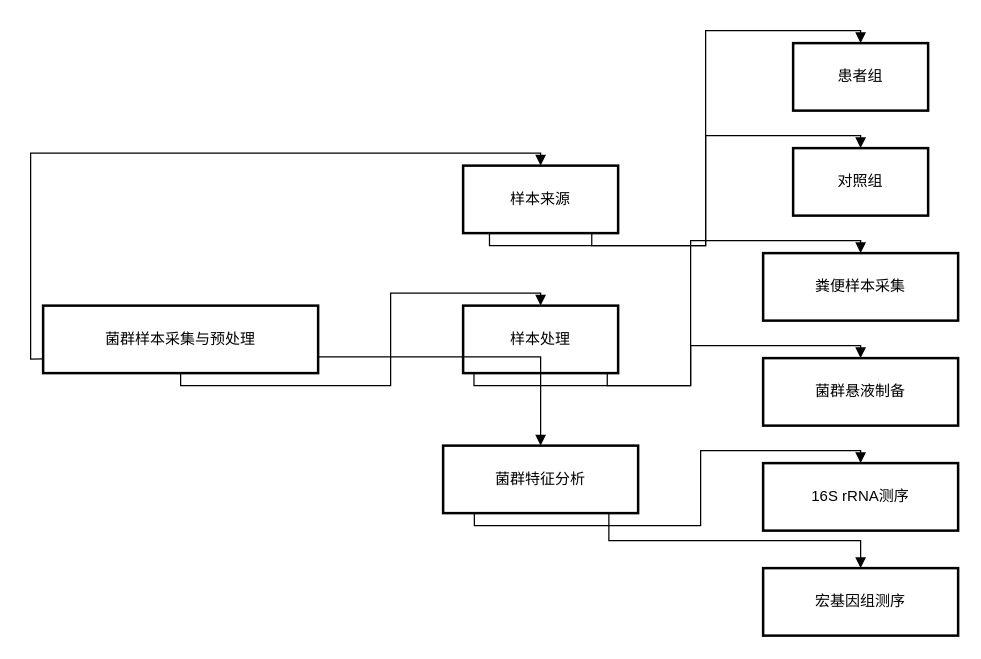
DavidWang2019/TEST keeps this draw.io diagram as 技术路线图1.drawio. Above is the earlier version. Source tidied: cells renumbered, new cells numbered last; positions are measured from the earlier drawing's top-left corner, leaving out a move shared by most shapes. Both pictures are drawn from the tidied source at 125%, with x=0, y=0 at pixel (42, 42).
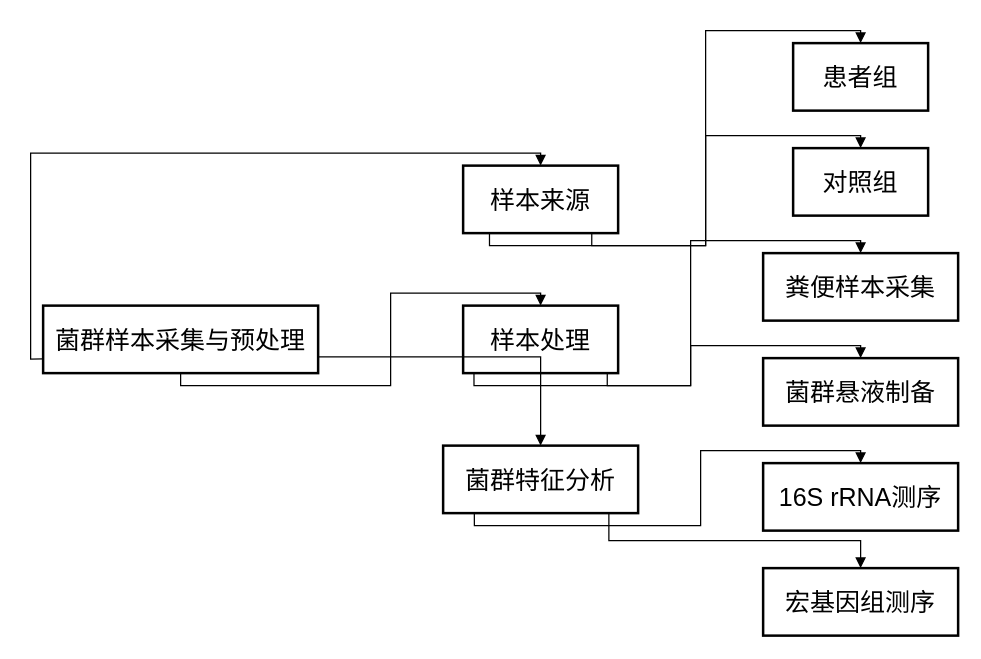
The same page after the edit.

Commit message (it also covers changes not shown here):
更新技术路线图1.drawio

The edit, as a diff of the source:
```diff
@@
-    <mxCell id="2" value="菌群样本采集与预处理" style="whiteSpace=wrap;strokeWidth=2;" parent="1" vertex="1">
+    <mxCell id="2" value="菌群样本采集与预处理" style="whiteSpace=wrap;strokeWidth=2;fontSize=20;" parent="1" vertex="1">
       <mxGeometry y="210" width="220" height="54" as="geometry" />
     </mxCell>
-    <mxCell id="3" value="样本来源" style="whiteSpace=wrap;strokeWidth=2;" parent="1" vertex="1">
+    <mxCell id="3" value="样本来源" style="whiteSpace=wrap;strokeWidth=2;fontSize=20;" parent="1" vertex="1">
       <mxGeometry x="336" y="98" width="124" height="54" as="geometry" />
     </mxCell>
-    <mxCell id="4" value="样本处理" style="whiteSpace=wrap;strokeWidth=2;" parent="1" vertex="1">
+    <mxCell id="4" value="样本处理" style="whiteSpace=wrap;strokeWidth=2;fontSize=20;" parent="1" vertex="1">
       <mxGeometry x="336" y="210" width="124" height="54" as="geometry" />
     </mxCell>
-    <mxCell id="5" value="菌群特征分析" style="whiteSpace=wrap;strokeWidth=2;" parent="1" vertex="1">
+    <mxCell id="5" value="菌群特征分析" style="whiteSpace=wrap;strokeWidth=2;fontSize=20;" parent="1" vertex="1">
       <mxGeometry x="320" y="322" width="156" height="54" as="geometry" />
     </mxCell>
-    <mxCell id="6" value="患者组" style="whiteSpace=wrap;strokeWidth=2;" parent="1" vertex="1">
+    <mxCell id="6" value="患者组" style="whiteSpace=wrap;strokeWidth=2;fontSize=20;" parent="1" vertex="1">
       <mxGeometry x="600" width="108" height="54" as="geometry" />
     </mxCell>
-    <mxCell id="7" value="对照组" style="whiteSpace=wrap;strokeWidth=2;" parent="1" vertex="1">
+    <mxCell id="7" value="对照组" style="whiteSpace=wrap;strokeWidth=2;fontSize=20;" parent="1" vertex="1">
       <mxGeometry x="600" y="84" width="108" height="54" as="geometry" />
     </mxCell>
-    <mxCell id="8" value="粪便样本采集" style="whiteSpace=wrap;strokeWidth=2;" parent="1" vertex="1">
+    <mxCell id="8" value="粪便样本采集" style="whiteSpace=wrap;strokeWidth=2;fontSize=20;" parent="1" vertex="1">
       <mxGeometry x="576" y="168" width="156" height="54" as="geometry" />
     </mxCell>
-    <mxCell id="9" value="菌群悬液制备" style="whiteSpace=wrap;strokeWidth=2;" parent="1" vertex="1">
+    <mxCell id="9" value="菌群悬液制备" style="whiteSpace=wrap;strokeWidth=2;fontSize=20;" parent="1" vertex="1">
       <mxGeometry x="576" y="252" width="156" height="54" as="geometry" />
     </mxCell>
-    <mxCell id="10" value="16S rRNA测序" style="whiteSpace=wrap;strokeWidth=2;" parent="1" vertex="1">
+    <mxCell id="10" value="16S rRNA测序" style="whiteSpace=wrap;strokeWidth=2;fontSize=20;" parent="1" vertex="1">
       <mxGeometry x="576" y="336" width="156" height="54" as="geometry" />
     </mxCell>
-    <mxCell id="11" value="宏基因组测序" style="whiteSpace=wrap;strokeWidth=2;" parent="1" vertex="1">
+    <mxCell id="11" value="宏基因组测序" style="whiteSpace=wrap;strokeWidth=2;fontSize=20;" parent="1" vertex="1">
       <mxGeometry x="576" y="420" width="156" height="54" as="geometry" />
     </mxCell>
-    <mxCell id="12" style="startArrow=none;endArrow=block;exitX=0;exitY=0.79;entryX=0.5;entryY=0;rounded=0;orthogonal=1;edgeStyle=orthogonalEdgeStyle;strokeWidth=1;fontSize=18;" parent="1" edge="1" source="2" target="3">
+    <mxCell id="12" style="startArrow=none;endArrow=block;exitX=0;exitY=0.79;entryX=0.5;entryY=0;rounded=0;orthogonal=1;edgeStyle=orthogonalEdgeStyle;strokeWidth=1;fontSize=20;" parent="1" edge="1" source="2" target="3">
       <mxGeometry relative="1" as="geometry" />
     </mxCell>
-    <mxCell id="13" style="startArrow=none;endArrow=block;exitX=0.5;exitY=1;entryX=0.5;entryY=0;rounded=0;orthogonal=1;edgeStyle=orthogonalEdgeStyle;strokeWidth=1;fontSize=18;" parent="1" edge="1" source="2" target="4">
+    <mxCell id="13" style="startArrow=none;endArrow=block;exitX=0.5;exitY=1;entryX=0.5;entryY=0;rounded=0;orthogonal=1;edgeStyle=orthogonalEdgeStyle;strokeWidth=1;fontSize=20;" parent="1" edge="1" source="2" target="4">
       <mxGeometry relative="1" as="geometry" />
     </mxCell>
-    <mxCell id="14" style="startArrow=none;endArrow=block;exitX=1;exitY=0.76;entryX=0.5;entryY=0;rounded=0;orthogonal=1;edgeStyle=orthogonalEdgeStyle;strokeWidth=1;fontSize=18;" parent="1" edge="1" source="2" target="5">
+    <mxCell id="14" style="startArrow=none;endArrow=block;exitX=1;exitY=0.76;entryX=0.5;entryY=0;rounded=0;orthogonal=1;edgeStyle=orthogonalEdgeStyle;strokeWidth=1;fontSize=20;" parent="1" edge="1" source="2" target="5">
       <mxGeometry relative="1" as="geometry" />
     </mxCell>
-    <mxCell id="15" style="startArrow=none;endArrow=block;exitX=0.17;exitY=1;entryX=0.5;entryY=0;rounded=0;orthogonal=1;edgeStyle=orthogonalEdgeStyle;strokeWidth=1;fontSize=18;" parent="1" edge="1" source="3" target="6">
+    <mxCell id="15" style="startArrow=none;endArrow=block;exitX=0.17;exitY=1;entryX=0.5;entryY=0;rounded=0;orthogonal=1;edgeStyle=orthogonalEdgeStyle;strokeWidth=1;fontSize=20;" parent="1" edge="1" source="3" target="6">
       <mxGeometry relative="1" as="geometry" />
     </mxCell>
-    <mxCell id="16" style="startArrow=none;endArrow=block;exitX=0.83;exitY=1;entryX=0.5;entryY=0;rounded=0;orthogonal=1;edgeStyle=orthogonalEdgeStyle;strokeWidth=1;fontSize=18;" parent="1" edge="1" source="3" target="7">
+    <mxCell id="16" style="startArrow=none;endArrow=block;exitX=0.83;exitY=1;entryX=0.5;entryY=0;rounded=0;orthogonal=1;edgeStyle=orthogonalEdgeStyle;strokeWidth=1;fontSize=20;" parent="1" edge="1" source="3" target="7">
       <mxGeometry relative="1" as="geometry" />
     </mxCell>
-    <mxCell id="17" style="startArrow=none;endArrow=block;exitX=0.07;exitY=1;entryX=0.5;entryY=0;rounded=0;orthogonal=1;edgeStyle=orthogonalEdgeStyle;strokeWidth=1;fontSize=18;" parent="1" edge="1" source="4" target="8">
+    <mxCell id="17" style="startArrow=none;endArrow=block;exitX=0.07;exitY=1;entryX=0.5;entryY=0;rounded=0;orthogonal=1;edgeStyle=orthogonalEdgeStyle;strokeWidth=1;fontSize=20;" parent="1" edge="1" source="4" target="8">
       <mxGeometry relative="1" as="geometry" />
     </mxCell>
-    <mxCell id="18" style="startArrow=none;endArrow=block;exitX=0.93;exitY=1;entryX=0.5;entryY=0;rounded=0;orthogonal=1;edgeStyle=orthogonalEdgeStyle;strokeWidth=1;fontSize=18;" parent="1" edge="1" source="4" target="9">
+    <mxCell id="18" style="startArrow=none;endArrow=block;exitX=0.93;exitY=1;entryX=0.5;entryY=0;rounded=0;orthogonal=1;edgeStyle=orthogonalEdgeStyle;strokeWidth=1;fontSize=20;" parent="1" edge="1" source="4" target="9">
       <mxGeometry relative="1" as="geometry" />
     </mxCell>
-    <mxCell id="19" style="startArrow=none;endArrow=block;exitX=0.16;exitY=1;entryX=0.5;entryY=0;rounded=0;orthogonal=1;edgeStyle=orthogonalEdgeStyle;strokeWidth=1;fontSize=18;" parent="1" edge="1" source="5" target="10">
+    <mxCell id="19" style="startArrow=none;endArrow=block;exitX=0.16;exitY=1;entryX=0.5;entryY=0;rounded=0;orthogonal=1;edgeStyle=orthogonalEdgeStyle;strokeWidth=1;fontSize=20;" parent="1" edge="1" source="5" target="10">
       <mxGeometry relative="1" as="geometry" />
     </mxCell>
-    <mxCell id="20" style="startArrow=none;endArrow=block;exitX=0.85;exitY=1;entryX=0.5;entryY=0;rounded=0;orthogonal=1;edgeStyle=orthogonalEdgeStyle;strokeWidth=1;fontSize=18;" parent="1" edge="1" source="5" target="11">
+    <mxCell id="20" style="startArrow=none;endArrow=block;exitX=0.85;exitY=1;entryX=0.5;entryY=0;rounded=0;orthogonal=1;edgeStyle=orthogonalEdgeStyle;strokeWidth=1;fontSize=20;" parent="1" edge="1" source="5" target="11">
       <mxGeometry relative="1" as="geometry" />
     </mxCell>
```
